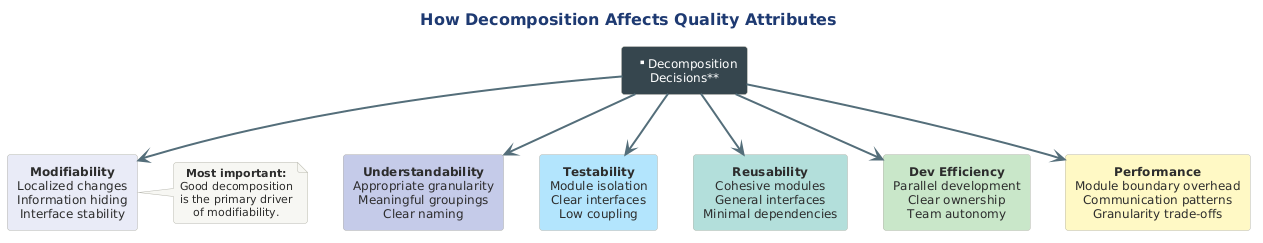
Before: src/architecture/views-and-beyond/style-catalogs/module/decomposition-style/png/09-quality-attributes.png, a diagram exported from PlantUML (Notoriousjayy/latex-docs).
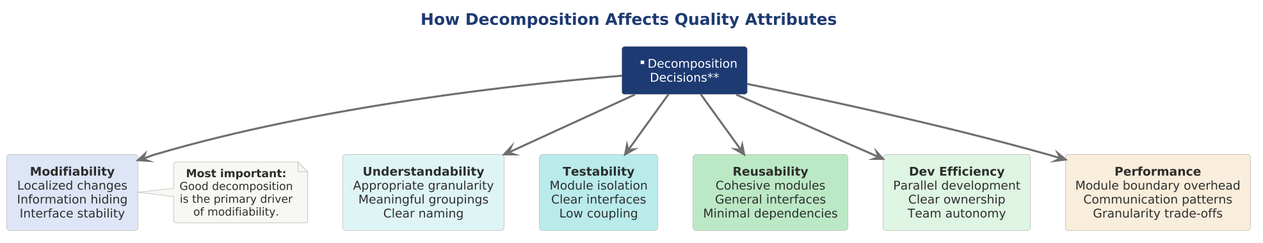
Later version of the same file.

Diff of the diagram source:
```diff
@@ -1,29 +1,33 @@
 @startuml 09-quality-attributes
+
+skinparam dpi 150
+
+
+
 !include ../../../../../../tooling/styles/plantuml/structural/component-diagram-style.iuml
-
 
 title How Decomposition Affects Quality Attributes
 
-rectangle "**Decomposition\nDecisions**" as center #37474F;text:white
+rectangle "**Decomposition\nDecisions**" as center $line_primary;text:$theme_on_dark
 
-rectangle "**Modifiability**\nLocalized changes\nInformation hiding\nInterface stability" as mod #E8EAF6
+rectangle "**Modifiability**\nLocalized changes\nInformation hiding\nInterface stability" as mod $fill_primary
 
-rectangle "**Understandability**\nAppropriate granularity\nMeaningful groupings\nClear naming" as und #C5CAE9
+rectangle "**Understandability**\nAppropriate granularity\nMeaningful groupings\nClear naming" as und $fill_dynamic
 
-rectangle "**Testability**\nModule isolation\nClear interfaces\nLow coupling" as test #B3E5FC
+rectangle "**Testability**\nModule isolation\nClear interfaces\nLow coupling" as test $deep_dynamic
 
-rectangle "**Reusability**\nCohesive modules\nGeneral interfaces\nMinimal dependencies" as reuse #B2DFDB
+rectangle "**Reusability**\nCohesive modules\nGeneral interfaces\nMinimal dependencies" as reuse $deep_ok
 
-rectangle "**Dev Efficiency**\nParallel development\nClear ownership\nTeam autonomy" as dev #C8E6C9
+rectangle "**Dev Efficiency**\nParallel development\nClear ownership\nTeam autonomy" as dev $fill_ok
 
-rectangle "**Performance**\nModule boundary overhead\nCommunication patterns\nGranularity trade-offs" as perf #FFF9C4
+rectangle "**Performance**\nModule boundary overhead\nCommunication patterns\nGranularity trade-offs" as perf $fill_caution
 
-center -[#546E7A,thickness=2]-> mod
-center -[#546E7A,thickness=2]-> und
-center -[#546E7A,thickness=2]-> test
-center -[#546E7A,thickness=2]-> reuse
-center -[#546E7A,thickness=2]-> dev
-center -[#546E7A,thickness=2]-> perf
+center -[$line_neutral,thickness=2]-> mod
+center -[$line_neutral,thickness=2]-> und
+center -[$line_neutral,thickness=2]-> test
+center -[$line_neutral,thickness=2]-> reuse
+center -[$line_neutral,thickness=2]-> dev
+center -[$line_neutral,thickness=2]-> perf
 
 note right of mod
   **Most important:**
```
